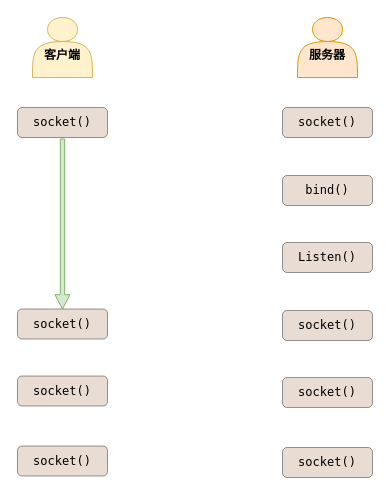
Above: TCP Socket.drawio in hhw-cainiao/draw (draw.io), before the change. Source tidied: cells renumbered, new cells numbered last; positions are measured from the earlier drawing's top-left corner, leaving out a move shared by most shapes. Both pictures are drawn from the tidied source at 100%, with x=0, y=0 at pixel (17, 17).
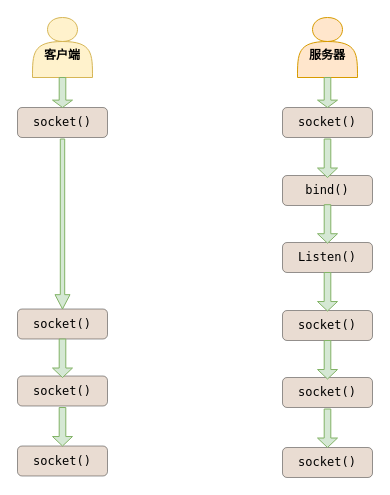
After the change.

The edit, as a diff of the source:
```diff
@@
+    <mxCell id="15" style="shape=singleArrow;direction=south;whiteSpace=wrap;html=1;arrowWidth=0.3310344827586221;arrowSize=0.2463601532567035;fillColor=#D5E8D4;strokeColor=#82b366;" parent="1" vertex="1">
+      <mxGeometry x="35" y="60" width="20" height="30" as="geometry" />
+    </mxCell>
+    <mxCell id="16" style="shape=singleArrow;direction=south;whiteSpace=wrap;html=1;arrowWidth=0.3310344827586221;arrowSize=0.2463601532567035;fillColor=#D5E8D4;strokeColor=#82b366;" parent="1" vertex="1">
+      <mxGeometry x="300" y="60" width="20" height="30" as="geometry" />
+    </mxCell>
+    <mxCell id="17" style="shape=singleArrow;direction=south;whiteSpace=wrap;html=1;arrowWidth=0.3310344827586221;arrowSize=0.2463601532567035;fillColor=#D5E8D4;strokeColor=#82b366;" parent="1" vertex="1">
+      <mxGeometry x="300" y="121.5" width="20" height="38.5" as="geometry" />
+    </mxCell>
+    <mxCell id="18" style="shape=singleArrow;direction=south;whiteSpace=wrap;html=1;arrowWidth=0.3310344827586221;arrowSize=0.2463601532567035;fillColor=#D5E8D4;strokeColor=#82b366;" parent="1" vertex="1">
+      <mxGeometry x="300" y="187.2" width="20" height="38.5" as="geometry" />
+    </mxCell>
+    <mxCell id="19" style="shape=singleArrow;direction=south;whiteSpace=wrap;html=1;arrowWidth=0.3310344827586221;arrowSize=0.2463601532567035;fillColor=#D5E8D4;strokeColor=#82b366;" parent="1" vertex="1">
+      <mxGeometry x="300" y="255" width="20" height="38.5" as="geometry" />
+    </mxCell>
+    <mxCell id="20" style="shape=singleArrow;direction=south;whiteSpace=wrap;html=1;arrowWidth=0.3310344827586221;arrowSize=0.2463601532567035;fillColor=#D5E8D4;strokeColor=#82b366;" parent="1" vertex="1">
+      <mxGeometry x="300" y="323" width="20" height="38.5" as="geometry" />
+    </mxCell>
+    <mxCell id="21" style="shape=singleArrow;direction=south;whiteSpace=wrap;html=1;arrowWidth=0.3310344827586221;arrowSize=0.2463601532567035;fillColor=#D5E8D4;strokeColor=#82b366;" parent="1" vertex="1">
+      <mxGeometry x="300" y="391.5" width="20" height="38.5" as="geometry" />
+    </mxCell>
+    <mxCell id="22" style="shape=singleArrow;direction=south;whiteSpace=wrap;html=1;arrowWidth=0.3310344827586221;arrowSize=0.2463601532567035;fillColor=#D5E8D4;strokeColor=#82b366;" parent="1" vertex="1">
+      <mxGeometry x="35" y="321.5" width="20" height="38.5" as="geometry" />
+    </mxCell>
+    <mxCell id="23" style="shape=singleArrow;direction=south;whiteSpace=wrap;html=1;arrowWidth=0.3310344827586221;arrowSize=0.2463601532567035;fillColor=#D5E8D4;strokeColor=#82b366;" parent="1" vertex="1">
+      <mxGeometry x="35" y="390" width="20" height="38.5" as="geometry" />
+    </mxCell>
```
